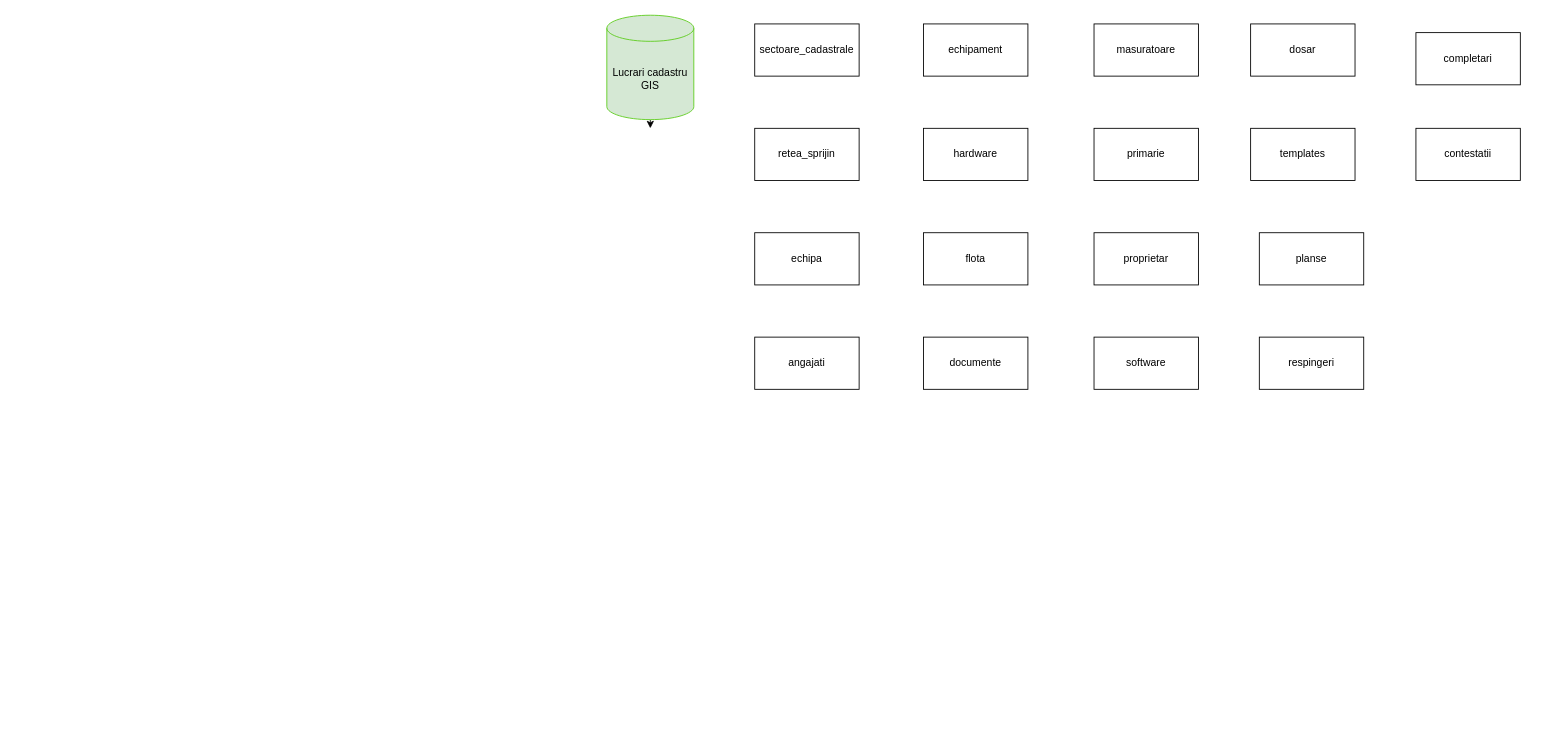
This is model_abstract.drawio from vladmagosin/modelare_db, a draw.io file, before an edit. Source tidied: cells renumbered, new cells numbered last; positions are measured from the earlier drawing's top-left corner, leaving out a move shared by most shapes. Both pictures are drawn from the tidied source at 87%, with x=0, y=0 at pixel (606, 15).
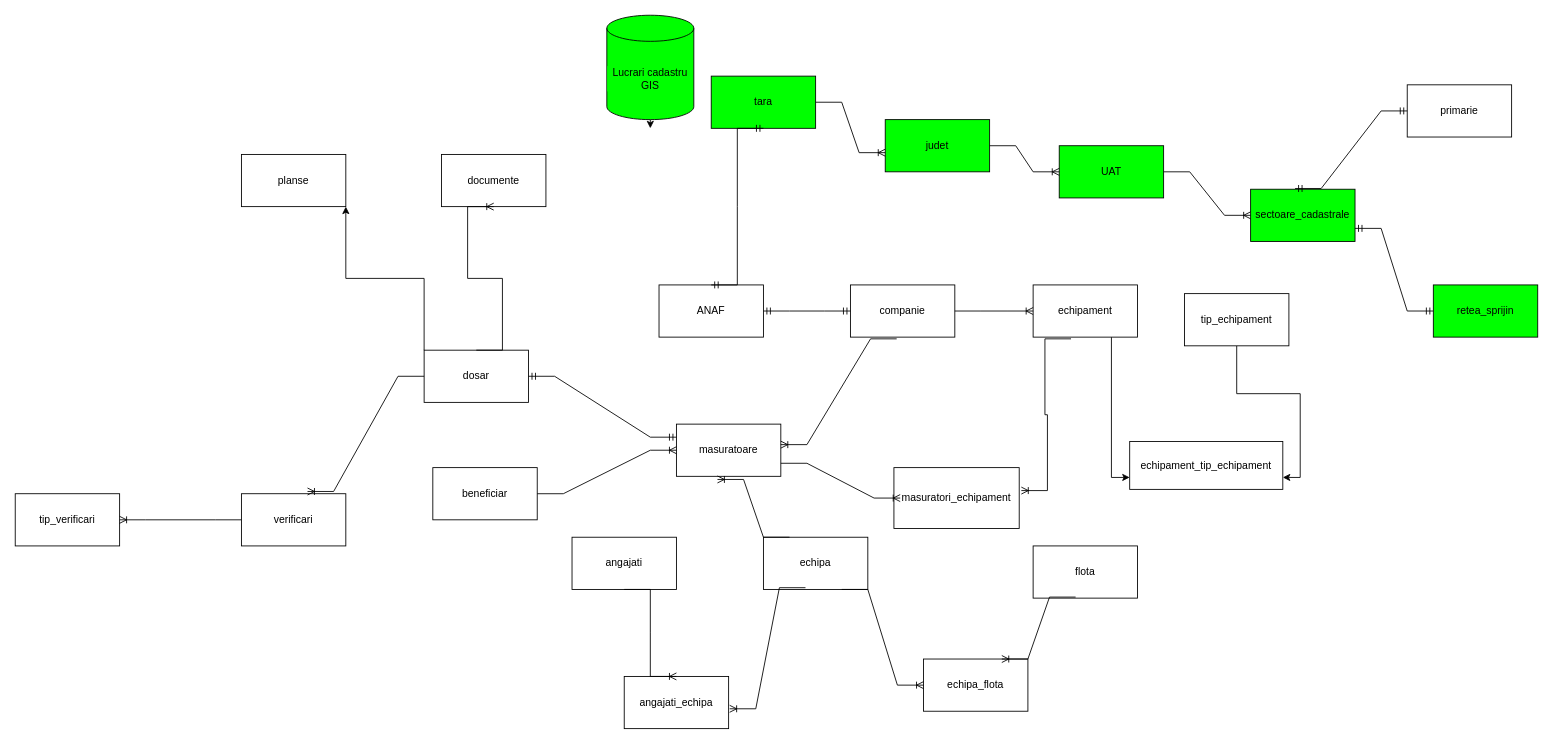
The same diagram, later.

The edit, as a diff of the source:
```diff
@@
-    <mxCell id="3" value="Lucrari cadastru GIS" style="shape=cylinder3;whiteSpace=wrap;html=1;boundedLbl=1;backgroundOutline=1;size=15;fillColor=#d5e8d4;strokeColor=#5bcc19;" parent="1" vertex="1">
+    <mxCell id="3" value="Lucrari cadastru GIS" style="shape=cylinder3;whiteSpace=wrap;html=1;boundedLbl=1;backgroundOutline=1;size=15;labelBorderColor=none;labelBackgroundColor=#00FF00;fillColor=#00FF00;" parent="1" vertex="1">
       <mxGeometry width="100" height="120" as="geometry" />
     </mxCell>
-    <mxCell id="4" value="sectoare_cadastrale" style="rounded=0;whiteSpace=wrap;html=1;" parent="1" vertex="1">
-      <mxGeometry x="170" y="10" width="120" height="60" as="geometry" />
+    <mxCell id="4" value="sectoare_cadastrale" style="rounded=0;whiteSpace=wrap;html=1;fillColor=#00FF00;" parent="1" vertex="1">
+      <mxGeometry x="740" y="200" width="120" height="60" as="geometry" />
     </mxCell>
-    <mxCell id="5" value="retea_sprijin" style="rounded=0;whiteSpace=wrap;html=1;" parent="1" vertex="1">
-      <mxGeometry x="170" y="130" width="120" height="60" as="geometry" />
+    <mxCell id="5" value="retea_sprijin" style="rounded=0;whiteSpace=wrap;html=1;fontColor=#000000;strokeColor=#000000;fillColor=#00FF00;" parent="1" vertex="1">
+      <mxGeometry x="950" y="310" width="120" height="60" as="geometry" />
     </mxCell>
     <mxCell id="6" value="echipa" style="rounded=0;whiteSpace=wrap;html=1;" parent="1" vertex="1">
-      <mxGeometry x="170" y="250" width="120" height="60" as="geometry" />
+      <mxGeometry x="180" y="600" width="120" height="60" as="geometry" />
     </mxCell>
     <mxCell id="7" value="angajati" style="rounded=0;whiteSpace=wrap;html=1;" parent="1" vertex="1">
-      <mxGeometry x="170" y="370" width="120" height="60" as="geometry" />
+      <mxGeometry x="-40" y="600" width="120" height="60" as="geometry" />
     </mxCell>
+    <mxCell id="22" style="edgeStyle=orthogonalEdgeStyle;rounded=0;jettySize=auto;html=1;exitX=0.75;exitY=1;exitDx=0;exitDy=0;entryX=0;entryY=0.75;entryDx=0;entryDy=0;" parent="1" edge="1" source="8" target="49">
+      <mxGeometry relative="1" as="geometry" />
+    </mxCell>
     <mxCell id="8" value="echipament" style="rounded=0;whiteSpace=wrap;html=1;" parent="1" vertex="1">
-      <mxGeometry x="364" y="10" width="120" height="60" as="geometry" />
+      <mxGeometry x="490" y="310" width="120" height="60" as="geometry" />
     </mxCell>
-    <mxCell id="9" value="hardware" style="rounded=0;whiteSpace=wrap;html=1;" parent="1" vertex="1">
-      <mxGeometry x="364" y="130" width="120" height="60" as="geometry" />
-    </mxCell>
     <mxCell id="10" value="flota" style="rounded=0;whiteSpace=wrap;html=1;" parent="1" vertex="1">
-      <mxGeometry x="364" y="250" width="120" height="60" as="geometry" />
+      <mxGeometry x="490" y="610" width="120" height="60" as="geometry" />
     </mxCell>
     <mxCell id="11" value="documente" style="rounded=0;whiteSpace=wrap;html=1;" parent="1" vertex="1">
-      <mxGeometry x="364" y="370" width="120" height="60" as="geometry" />
+      <mxGeometry x="-190" y="160" width="120" height="60" as="geometry" />
     </mxCell>
     <mxCell id="12" value="masuratoare" style="rounded=0;whiteSpace=wrap;html=1;" parent="1" vertex="1">
-      <mxGeometry x="560" y="10" width="120" height="60" as="geometry" />
+      <mxGeometry x="80" y="470" width="120" height="60" as="geometry" />
     </mxCell>
-    <mxCell id="13" value="proprietar" style="rounded=0;whiteSpace=wrap;html=1;" parent="1" vertex="1">
-      <mxGeometry x="560" y="250" width="120" height="60" as="geometry" />
+    <mxCell id="13" value="beneficiar" style="rounded=0;whiteSpace=wrap;html=1;" parent="1" vertex="1">
+      <mxGeometry x="-200" y="520" width="120" height="60" as="geometry" />
     </mxCell>
     <mxCell id="14" value="primarie" style="rounded=0;whiteSpace=wrap;html=1;" parent="1" vertex="1">
-      <mxGeometry x="560" y="130" width="120" height="60" as="geometry" />
+      <mxGeometry x="920" y="80" width="120" height="60" as="geometry" />
     </mxCell>
+    <mxCell id="23" style="edgeStyle=orthogonalEdgeStyle;rounded=0;jettySize=auto;html=1;exitX=0;exitY=0;exitDx=0;exitDy=0;entryX=1;entryY=1;entryDx=0;entryDy=0;" parent="1" edge="1" source="15" target="17">
+      <mxGeometry relative="1" as="geometry" />
+    </mxCell>
     <mxCell id="15" value="dosar" style="rounded=0;whiteSpace=wrap;html=1;" parent="1" vertex="1">
-      <mxGeometry x="740" y="10" width="120" height="60" as="geometry" />
+      <mxGeometry x="-210" y="385" width="120" height="60" as="geometry" />
     </mxCell>
-    <mxCell id="16" value="templates" style="rounded=0;whiteSpace=wrap;html=1;" parent="1" vertex="1">
-      <mxGeometry x="740" y="130" width="120" height="60" as="geometry" />
-    </mxCell>
     <mxCell id="17" value="planse" style="rounded=0;whiteSpace=wrap;html=1;" parent="1" vertex="1">
-      <mxGeometry x="750" y="250" width="120" height="60" as="geometry" />
+      <mxGeometry x="-420" y="160" width="120" height="60" as="geometry" />
     </mxCell>
-    <mxCell id="18" value="respingeri" style="rounded=0;whiteSpace=wrap;html=1;" parent="1" vertex="1">
-      <mxGeometry x="750" y="370" width="120" height="60" as="geometry" />
-    </mxCell>
-    <mxCell id="19" value="completari" style="rounded=0;whiteSpace=wrap;html=1;" parent="1" vertex="1">
-      <mxGeometry x="930" y="20" width="120" height="60" as="geometry" />
-    </mxCell>
-    <mxCell id="20" value="contestatii" style="rounded=0;whiteSpace=wrap;html=1;" parent="1" vertex="1">
-      <mxGeometry x="930" y="130" width="120" height="60" as="geometry" />
-    </mxCell>
-    <mxCell id="21" value="software" style="rounded=0;whiteSpace=wrap;html=1;" parent="1" vertex="1">
-      <mxGeometry x="560" y="370" width="120" height="60" as="geometry" />
-    </mxCell>
+    <mxCell id="24" value="UAT" style="rounded=0;whiteSpace=wrap;html=1;strokeColor=#000000;fillColor=#00FF00;" parent="1" vertex="1">
+      <mxGeometry x="520" y="150" width="120" height="60" as="geometry" />
+    </mxCell>
+    <mxCell id="25" style="edgeStyle=entityRelationEdgeStyle;fontSize=12;html=1;endArrow=ERoneToMany;rounded=0;exitX=1;exitY=0.5;exitDx=0;exitDy=0;" parent="1" edge="1" source="24" target="4">
+      <mxGeometry relative="1" as="geometry" />
+    </mxCell>
+    <mxCell id="26" value="judet" style="rounded=0;whiteSpace=wrap;html=1;fillColor=#00FF00;" parent="1" vertex="1">
+      <mxGeometry x="320" y="120" width="120" height="60" as="geometry" />
+    </mxCell>
+    <mxCell id="27" style="edgeStyle=entityRelationEdgeStyle;fontSize=12;html=1;endArrow=ERoneToMany;rounded=0;entryX=0;entryY=0.5;entryDx=0;entryDy=0;exitX=1;exitY=0.5;exitDx=0;exitDy=0;" parent="1" edge="1" source="26" target="24">
+      <mxGeometry relative="1" as="geometry">
+        <Array as="points">
+          <mxPoint x="100" y="-0.5" />
+        </Array>
+      </mxGeometry>
+    </mxCell>
+    <mxCell id="28" value="tara" style="rounded=0;whiteSpace=wrap;html=1;fillColor=#00FF00;" parent="1" vertex="1">
+      <mxGeometry x="120" y="70" width="120" height="60" as="geometry" />
+    </mxCell>
+    <mxCell id="29" style="edgeStyle=entityRelationEdgeStyle;fontSize=12;html=1;endArrow=ERoneToMany;rounded=0;exitX=1;exitY=0.5;exitDx=0;exitDy=0;entryX=0;entryY=0.633;entryDx=0;entryDy=0;entryPerimeter=0;" parent="1" edge="1" source="28" target="26">
+      <mxGeometry relative="1" as="geometry" />
+    </mxCell>
+    <mxCell id="30" value="companie" style="rounded=0;whiteSpace=wrap;html=1;" parent="1" vertex="1">
+      <mxGeometry x="280" y="310" width="120" height="60" as="geometry" />
+    </mxCell>
+    <mxCell id="31" style="edgeStyle=entityRelationEdgeStyle;fontSize=12;html=1;endArrow=ERoneToMany;rounded=0;exitX=1;exitY=0.5;exitDx=0;exitDy=0;entryX=0;entryY=0.5;entryDx=0;entryDy=0;" parent="1" edge="1" source="30" target="8">
+      <mxGeometry relative="1" as="geometry" />
+    </mxCell>
+    <mxCell id="32" value="ANAF" style="rounded=0;whiteSpace=wrap;html=1;" parent="1" vertex="1">
+      <mxGeometry x="60" y="310" width="120" height="60" as="geometry" />
+    </mxCell>
+    <mxCell id="33" style="edgeStyle=entityRelationEdgeStyle;fontSize=12;html=1;endArrow=ERmandOne;startArrow=ERmandOne;rounded=0;exitX=1;exitY=0.5;exitDx=0;exitDy=0;entryX=0;entryY=0.5;entryDx=0;entryDy=0;" parent="1" edge="1" source="32" target="30">
+      <mxGeometry relative="1" as="geometry">
+        <Array as="points">
+          <mxPoint x="40" y="460" />
+        </Array>
+      </mxGeometry>
+    </mxCell>
+    <mxCell id="34" style="edgeStyle=entityRelationEdgeStyle;fontSize=12;html=1;endArrow=ERmandOne;startArrow=ERmandOne;rounded=0;entryX=0.5;entryY=1;entryDx=0;entryDy=0;exitX=0.5;exitY=0;exitDx=0;exitDy=0;" parent="1" edge="1" source="32" target="28">
+      <mxGeometry relative="1" as="geometry" />
+    </mxCell>
+    <mxCell id="35" style="edgeStyle=entityRelationEdgeStyle;fontSize=12;html=1;endArrow=ERoneToMany;rounded=0;exitX=0.443;exitY=1.033;exitDx=0;exitDy=0;exitPerimeter=0;entryX=1;entryY=0.393;entryDx=0;entryDy=0;entryPerimeter=0;" parent="1" edge="1" source="30" target="12">
+      <mxGeometry relative="1" as="geometry" />
+    </mxCell>
+    <mxCell id="36" value="masuratori_echipament" style="rounded=0;whiteSpace=wrap;html=1;fontSize=12;" parent="1" vertex="1">
+      <mxGeometry x="330" y="520" width="144" height="70" as="geometry" />
+    </mxCell>
+    <mxCell id="37" style="edgeStyle=entityRelationEdgeStyle;fontSize=12;html=1;endArrow=ERoneToMany;rounded=0;exitX=1;exitY=0.75;exitDx=0;exitDy=0;entryX=0.05;entryY=0.5;entryDx=0;entryDy=0;entryPerimeter=0;" parent="1" edge="1" source="12" target="36">
+      <mxGeometry relative="1" as="geometry" />
+    </mxCell>
+    <mxCell id="38" style="edgeStyle=entityRelationEdgeStyle;fontSize=12;html=1;endArrow=ERoneToMany;rounded=0;exitX=0.363;exitY=1.033;exitDx=0;exitDy=0;entryX=1.017;entryY=0.377;entryDx=0;entryDy=0;entryPerimeter=0;exitPerimeter=0;" parent="1" edge="1" source="8" target="36">
+      <mxGeometry relative="1" as="geometry">
+        <Array as="points">
+          <mxPoint x="596" y="516.4" />
+        </Array>
+      </mxGeometry>
+    </mxCell>
+    <mxCell id="39" value="angajati_echipa" style="rounded=0;whiteSpace=wrap;html=1;" parent="1" vertex="1">
+      <mxGeometry x="20" y="760" width="120" height="60" as="geometry" />
+    </mxCell>
+    <mxCell id="40" style="edgeStyle=entityRelationEdgeStyle;fontSize=12;html=1;endArrow=ERoneToMany;rounded=0;entryX=1.01;entryY=0.62;entryDx=0;entryDy=0;entryPerimeter=0;exitX=0.403;exitY=0.967;exitDx=0;exitDy=0;exitPerimeter=0;" parent="1" edge="1" source="6" target="39">
+      <mxGeometry relative="1" as="geometry" />
+    </mxCell>
+    <mxCell id="41" style="edgeStyle=entityRelationEdgeStyle;fontSize=12;html=1;endArrow=ERoneToMany;rounded=0;exitX=0.5;exitY=1;exitDx=0;exitDy=0;entryX=0.5;entryY=0;entryDx=0;entryDy=0;" parent="1" edge="1" source="7" target="39">
+      <mxGeometry relative="1" as="geometry">
+        <Array as="points">
+          <mxPoint x="210" y="680" />
+        </Array>
+      </mxGeometry>
+    </mxCell>
+    <mxCell id="42" style="edgeStyle=entityRelationEdgeStyle;fontSize=12;html=1;endArrow=ERoneToMany;rounded=0;exitX=0.25;exitY=0;exitDx=0;exitDy=0;entryX=0.393;entryY=1.06;entryDx=0;entryDy=0;entryPerimeter=0;" parent="1" edge="1" source="6" target="12">
+      <mxGeometry relative="1" as="geometry">
+        <Array as="points">
+          <mxPoint x="-70" y="640" />
+        </Array>
+      </mxGeometry>
+    </mxCell>
+    <mxCell id="43" value="echipa_flota" style="rounded=0;whiteSpace=wrap;html=1;" parent="1" vertex="1">
+      <mxGeometry x="364" y="740" width="120" height="60" as="geometry" />
+    </mxCell>
+    <mxCell id="44" style="edgeStyle=entityRelationEdgeStyle;fontSize=12;html=1;endArrow=ERoneToMany;rounded=0;exitX=0.75;exitY=1;exitDx=0;exitDy=0;entryX=0;entryY=0.5;entryDx=0;entryDy=0;" parent="1" edge="1" source="6" target="43">
+      <mxGeometry relative="1" as="geometry">
+        <Array as="points">
+          <mxPoint x="-70" y="870" />
+          <mxPoint y="860" />
+        </Array>
+      </mxGeometry>
+    </mxCell>
+    <mxCell id="45" style="edgeStyle=entityRelationEdgeStyle;fontSize=12;html=1;endArrow=ERoneToMany;rounded=0;exitX=0.407;exitY=0.98;exitDx=0;exitDy=0;exitPerimeter=0;entryX=0.75;entryY=0;entryDx=0;entryDy=0;" parent="1" edge="1" source="10" target="43">
+      <mxGeometry relative="1" as="geometry" />
+    </mxCell>
+    <mxCell id="46" style="edgeStyle=entityRelationEdgeStyle;fontSize=12;html=1;endArrow=ERmandOne;startArrow=ERmandOne;rounded=0;exitX=1;exitY=0.75;exitDx=0;exitDy=0;entryX=0;entryY=0.5;entryDx=0;entryDy=0;" parent="1" edge="1" source="4" target="5">
+      <mxGeometry relative="1" as="geometry">
+        <Array as="points">
+          <mxPoint x="990" y="260" />
+        </Array>
+      </mxGeometry>
+    </mxCell>
+    <mxCell id="47" style="edgeStyle=entityRelationEdgeStyle;fontSize=12;html=1;endArrow=ERmandOne;startArrow=ERmandOne;rounded=0;entryX=0;entryY=0.5;entryDx=0;entryDy=0;exitX=0.426;exitY=-0.014;exitDx=0;exitDy=0;exitPerimeter=0;" parent="1" edge="1" source="4" target="14">
+      <mxGeometry relative="1" as="geometry" />
+    </mxCell>
+    <mxCell id="48" style="edgeStyle=entityRelationEdgeStyle;fontSize=12;html=1;endArrow=ERoneToMany;rounded=0;exitX=1;exitY=0.5;exitDx=0;exitDy=0;entryX=0;entryY=0.5;entryDx=0;entryDy=0;" parent="1" edge="1" source="13" target="12">
+      <mxGeometry relative="1" as="geometry" />
+    </mxCell>
+    <mxCell id="49" value="echipament_tip_echipament" style="rounded=0;whiteSpace=wrap;html=1;" parent="1" vertex="1">
+      <mxGeometry x="601" y="490" width="176" height="55" as="geometry" />
+    </mxCell>
+    <mxCell id="50" style="edgeStyle=orthogonalEdgeStyle;rounded=0;jettySize=auto;html=1;exitX=0.5;exitY=1;exitDx=0;exitDy=0;entryX=1;entryY=0.75;entryDx=0;entryDy=0;" parent="1" edge="1" source="51" target="49">
+      <mxGeometry relative="1" as="geometry" />
+    </mxCell>
+    <mxCell id="51" value="tip_echipament" style="rounded=0;whiteSpace=wrap;html=1;" parent="1" vertex="1">
+      <mxGeometry x="664" y="320" width="120" height="60" as="geometry" />
+    </mxCell>
+    <mxCell id="52" value="tip_verificari" style="rounded=0;whiteSpace=wrap;html=1;" parent="1" vertex="1">
+      <mxGeometry x="-680" y="550" width="120" height="60" as="geometry" />
+    </mxCell>
+    <mxCell id="53" value="verificari" style="rounded=0;whiteSpace=wrap;html=1;" parent="1" vertex="1">
+      <mxGeometry x="-420" y="550" width="120" height="60" as="geometry" />
+    </mxCell>
+    <mxCell id="54" style="edgeStyle=entityRelationEdgeStyle;fontSize=12;html=1;endArrow=ERmandOne;startArrow=ERmandOne;rounded=0;entryX=0;entryY=0.25;entryDx=0;entryDy=0;exitX=1;exitY=0.5;exitDx=0;exitDy=0;" parent="1" edge="1" source="15" target="12">
+      <mxGeometry relative="1" as="geometry" />
+    </mxCell>
+    <mxCell id="55" style="edgeStyle=entityRelationEdgeStyle;fontSize=12;html=1;endArrow=ERoneToMany;rounded=0;exitX=0;exitY=0.5;exitDx=0;exitDy=0;entryX=1;entryY=0.5;entryDx=0;entryDy=0;" parent="1" edge="1" source="53" target="52">
+      <mxGeometry relative="1" as="geometry" />
+    </mxCell>
+    <mxCell id="56" style="edgeStyle=entityRelationEdgeStyle;fontSize=12;html=1;endArrow=ERoneToMany;rounded=0;entryX=0.633;entryY=-0.043;entryDx=0;entryDy=0;entryPerimeter=0;exitX=0;exitY=0.5;exitDx=0;exitDy=0;" parent="1" edge="1" source="15" target="53">
+      <mxGeometry relative="1" as="geometry" />
+    </mxCell>
+    <mxCell id="57" style="edgeStyle=orthogonalEdgeStyle;rounded=0;orthogonalLoop=1;jettySize=auto;html=1;exitX=0.5;exitY=1;exitDx=0;exitDy=0;" parent="1" edge="1" source="17" target="17">
+      <mxGeometry relative="1" as="geometry" />
+    </mxCell>
+    <mxCell id="58" style="edgeStyle=entityRelationEdgeStyle;fontSize=12;html=1;endArrow=ERoneToMany;rounded=0;exitX=0.5;exitY=0;exitDx=0;exitDy=0;entryX=0.5;entryY=1;entryDx=0;entryDy=0;" parent="1" edge="1" source="15" target="11">
+      <mxGeometry relative="1" as="geometry" />
+    </mxCell>
```
